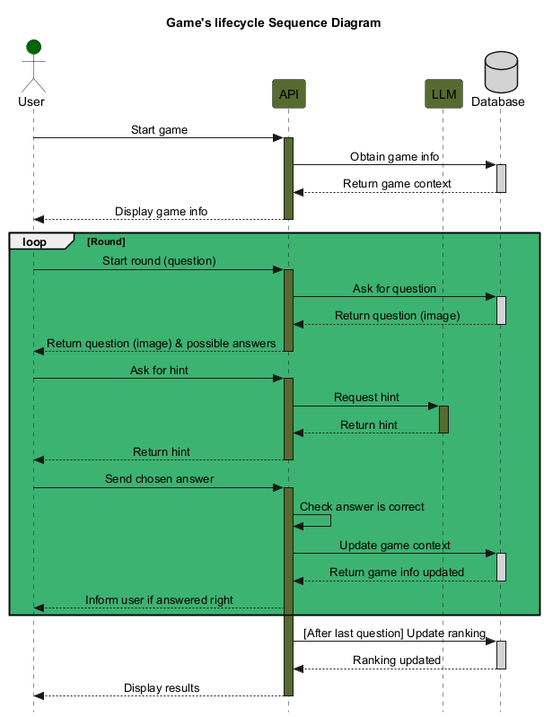
Arquisoft/wichat_en1a keeps this PlantUML diagram as images/Sequential diagram representing the interaction in a game session.png. Above is the earlier version. Source of this version:
```plantuml
@startuml game
title Game's lifecycle Sequence Diagram

actor User #DarkGreen
participant API as "API" #DarkOliveGreen
participant LLM as "LLM" #DarkOliveGreen
database DB as "Database" #LightGray

skinparam Style strictuml
skinparam SequenceMessageAlignment center

User -> API : Start game
activate API #DarkOliveGreen
API -> DB : Obtain game info
activate DB #LightGray
DB --> API : Return game context
deactivate DB
API --> User : Display game info
deactivate API
loop #MediumSeaGreen Round
    User -> API : Start round (question)
    activate API #DarkOliveGreen
    API -> DB : Ask for question
    activate DB  #LightGray
    DB --> API : Return question (image)
    deactivate DB
    API --> User : Return question (image) & possible answers
    deactivate API
    User -> API: Ask for hint
    activate API #DarkOliveGreen
    API -> LLM : Request hint
    activate LLM #DarkOliveGreen
    LLM --> API : Return hint
    deactivate LLM
    API --> User : Return hint
    deactivate API
    User -> API : Send chosen answer
    activate API #DarkOliveGreen
    API -> API : Check answer is correct
    API -> DB : Update game context
    activate DB #LightGray
    DB --> API : Return game info updated
    deactivate DB
    API --> User : Inform user if answered right
end loop Round
API -> DB : [After last question] Update ranking
activate DB #LightGray
DB --> API : Ranking updated
deactivate DB
API --> User : Display results
deactivate API
@enduml
```
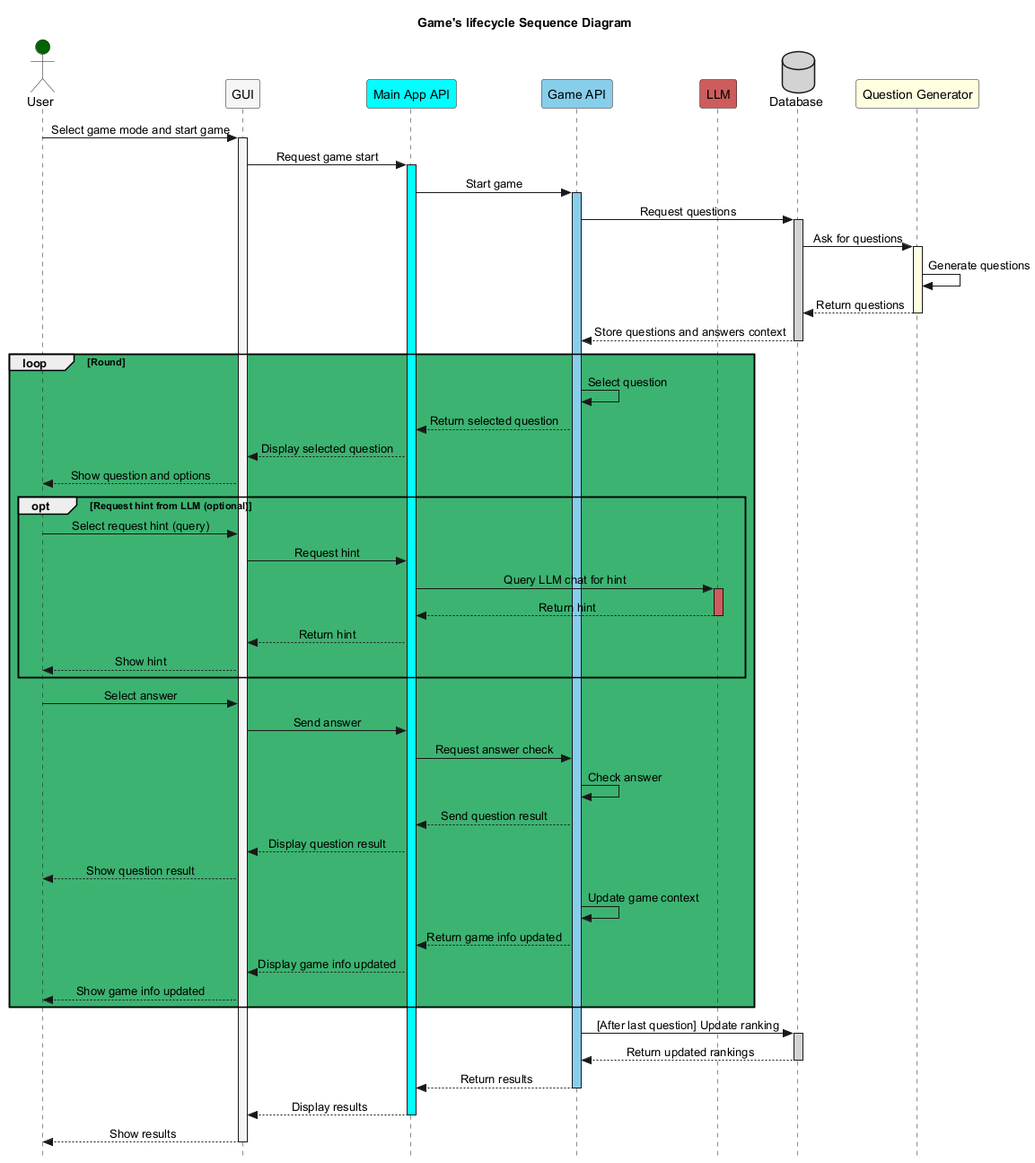
Later version of the same file.

Diff of the diagram source:
```diff
@@ -2,51 +2,66 @@
 title Game's lifecycle Sequence Diagram
 
 actor User #DarkGreen
-participant API as "API" #DarkOliveGreen
-participant LLM as "LLM" #DarkOliveGreen
+participant GUI as "GUI" #WhiteSmoke
+participant mainAPI as "Main App API" #Aqua
+participant gameAPI as "Game API" #SkyBlue
+participant LLM as "LLM" #IndianRed
 database DB as "Database" #LightGray
+participant QG as "Question Generator" #LightYellow
 
 skinparam Style strictuml
 skinparam SequenceMessageAlignment center
 
-User -> API : Start game
-activate API #DarkOliveGreen
-API -> DB : Obtain game info
+User -> GUI : Select game mode and start game
+activate GUI #WhiteSmoke
+GUI -> mainAPI : Request game start
+activate mainAPI #Aqua
+mainAPI -> gameAPI : Start game
+activate gameAPI #SkyBlue
+gameAPI -> DB : Request questions
 activate DB #LightGray
-DB --> API : Return game context
+DB -> QG : Ask for questions
+activate QG #LightYellow
+QG -> QG : Generate questions
+QG --> DB : Return questions
+deactivate QG
+DB --> gameAPI : Store questions and answers context
 deactivate DB
-API --> User : Display game info
-deactivate API
 loop #MediumSeaGreen Round
-    User -> API : Start round (question)
-    activate API #DarkOliveGreen
-    API -> DB : Ask for question
-    activate DB  #LightGray
-    DB --> API : Return question (image)
-    deactivate DB
-    API --> User : Return question (image) & possible answers
-    deactivate API
-    User -> API: Ask for hint
-    activate API #DarkOliveGreen
-    API -> LLM : Request hint
-    activate LLM #DarkOliveGreen
-    LLM --> API : Return hint
-    deactivate LLM
-    API --> User : Return hint
-    deactivate API
-    User -> API : Send chosen answer
-    activate API #DarkOliveGreen
-    API -> API : Check answer is correct
-    API -> DB : Update game context
-    activate DB #LightGray
-    DB --> API : Return game info updated
-    deactivate DB
-    API --> User : Inform user if answered right
+    gameAPI -> gameAPI : Select question
+    gameAPI --> mainAPI : Return selected question
+    mainAPI --> GUI : Display selected question
+    GUI --> User : Show question and options
+    opt Request hint from LLM (optional)
+        User -> GUI : Select request hint (query)
+        GUI -> mainAPI : Request hint
+        mainAPI -> LLM : Query LLM chat for hint
+        activate LLM #IndianRed
+        LLM --> mainAPI : Return hint
+        deactivate LLM
+        mainAPI --> GUI : Return hint
+        GUI --> User : Show hint
+    end
+    User -> GUI : Select answer
+    GUI -> mainAPI : Send answer
+    mainAPI -> gameAPI : Request answer check
+    gameAPI -> gameAPI : Check answer
+    gameAPI --> mainAPI : Send question result
+    mainAPI --> GUI : Display question result
+    GUI --> User : Show question result
+    gameAPI -> gameAPI : Update game context
+    gameAPI --> mainAPI : Return game info updated
+    mainAPI --> GUI : Display game info updated
+    GUI --> User : Show game info updated
 end loop Round
-API -> DB : [After last question] Update ranking
+gameAPI -> DB : [After last question] Update ranking
 activate DB #LightGray
-DB --> API : Ranking updated
+DB --> gameAPI : Return updated rankings
 deactivate DB
-API --> User : Display results
-deactivate API
+gameAPI --> mainAPI : Return results
+deactivate gameAPI
+mainAPI --> GUI : Display results
+deactivate mainAPI
+GUI --> User : Show results
+deactivate GUI
 @enduml
```
